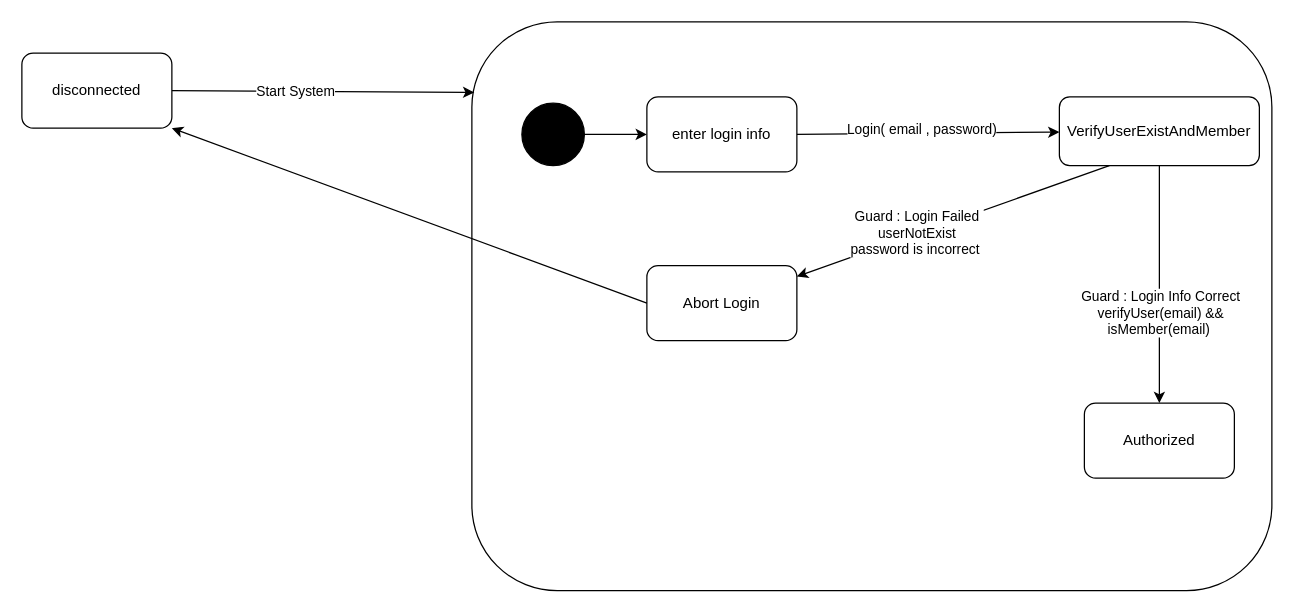
Above: תרשימים/LoginSC.drawio in LevyIfta/Team-19B-Project (draw.io), before the change. Source tidied: cells renumbered, new cells numbered last; positions are measured from the earlier drawing's top-left corner, leaving out a move shared by most shapes. Both pictures are drawn from the tidied source at 125%, with x=0, y=0 at pixel (21, 21).
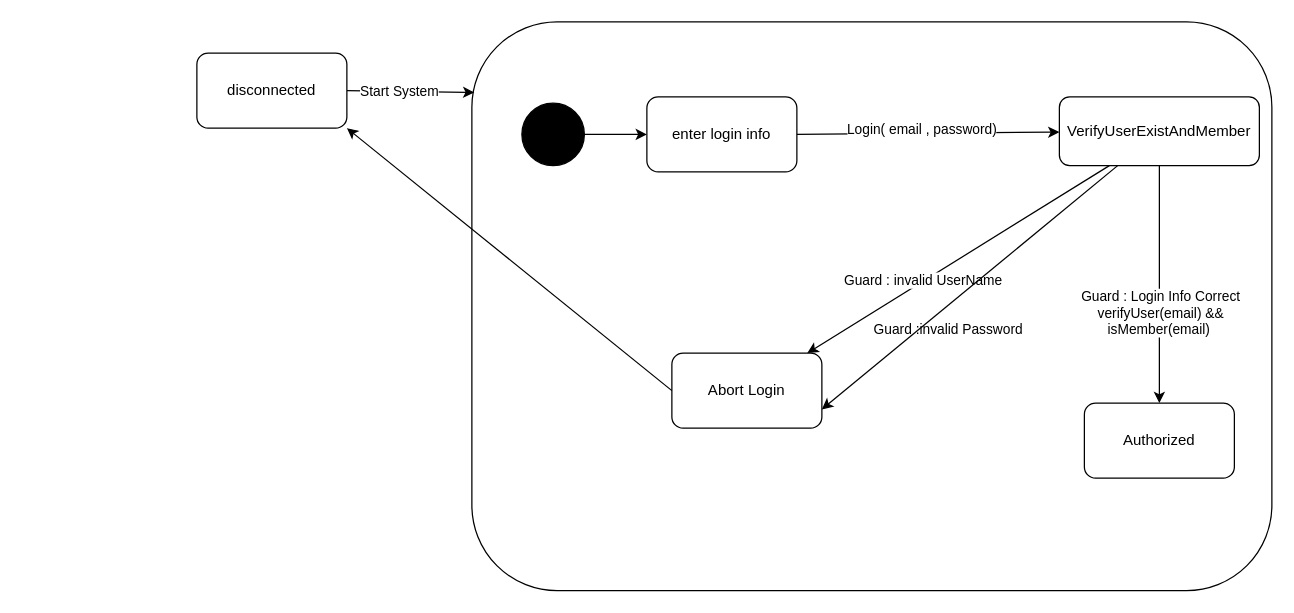
Above is the later version.

Unchanged cells that the change refers to:
```xml
<mxCell id="11" value="VerifyUserExistAndMember" style="rounded=1;whiteSpace=wrap;html=1;" parent="1" vertex="1">
  <mxGeometry x="830" y="60" width="160" height="55" as="geometry" />
</mxCell>
<mxCell id="12" style="endArrow=classic;html=1;exitX=0.25;exitY=1;exitDx=0;exitDy=0;" parent="1" edge="1" source="11" target="14">
  <mxGeometry relative="1" as="geometry" />
</mxCell>
```

What changed in the source:
```diff
@@
     <mxCell id="6" value="disconnected" style="rounded=1;whiteSpace=wrap;html=1;" parent="1" vertex="1">
-      <mxGeometry y="25" width="120" height="60" as="geometry" />
+      <mxGeometry x="140" y="25" width="120" height="60" as="geometry" />
     </mxCell>
@@
-    <mxCell id="13" value="Guard : Login Failed&lt;br&gt;userNotExist&lt;br&gt;password is incorrect&amp;nbsp;" style="edgeLabel;html=1;align=center;verticalAlign=middle;" parent="12" vertex="1">
+    <mxCell id="13" value="Guard : invalid UserName" style="edgeLabel;html=1;align=center;verticalAlign=middle;" parent="12" vertex="1">
       <mxGeometry x="0.24" relative="1" as="geometry">
         <mxPoint y="-1" as="offset" />
       </mxGeometry>
     </mxCell>
     <mxCell id="14" value="Abort Login" style="rounded=1;whiteSpace=wrap;html=1;" parent="1" vertex="1">
-      <mxGeometry x="500" y="195" width="120" height="60" as="geometry" />
+      <mxGeometry x="520" y="265" width="120" height="60" as="geometry" />
     </mxCell>
@@
+    <mxCell id="19" value="Guard :invalid Password" style="edgeLabel;html=1;align=center;verticalAlign=middle;" parent="1" vertex="1">
+      <mxGeometry x="740" y="245" as="geometry" />
+    </mxCell>
+    <mxCell id="20" style="endArrow=classic;html=1;entryX=1;entryY=0.75;entryDx=0;entryDy=0;" parent="1" edge="1" source="11" target="14">
+      <mxGeometry relative="1" as="geometry" />
+    </mxCell>
```
